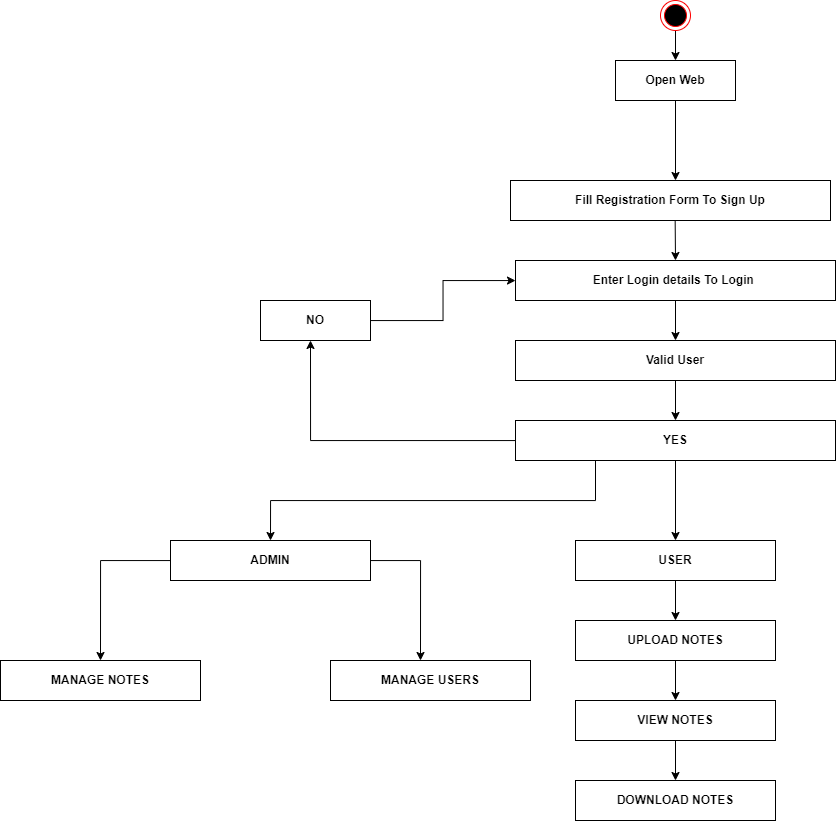
This is Diagrams/Activity Diagram.png from prathamjc/TY-project, a draw.io export, as it was before one commit. Source tidied: cells renumbered, new cells last; positions are measured from the earlier drawing's top-left corner, leaving out a move shared by most shapes. Source of this version:
```xml
<mxGraphModel>
  <root>
    <mxCell id="0" />
    <mxCell id="1" parent="0" />
    <mxCell id="2" style="edgeStyle=orthogonalEdgeStyle;rounded=0;jettySize=auto;html=1;" parent="1" edge="1" source="3">
      <mxGeometry relative="1" as="geometry">
        <mxPoint x="675" y="60" as="targetPoint" />
      </mxGeometry>
    </mxCell>
    <mxCell id="3" style="ellipse;html=1;shape=endState;fillColor=#000000;strokeColor=#ff0000;" parent="1" vertex="1">
      <mxGeometry x="660" width="30" height="30" as="geometry" />
    </mxCell>
    <mxCell id="4" value="&lt;b&gt;Open Web&lt;/b&gt;" style="rounded=0;whiteSpace=wrap;html=1;" parent="1" vertex="1">
      <mxGeometry x="615" y="60" width="120" height="40" as="geometry" />
    </mxCell>
    <mxCell id="5" style="endArrow=classic;html=1;rounded=0;exitX=0.5;exitY=1;exitDx=0;exitDy=0;" parent="1" edge="1" source="4">
      <mxGeometry relative="1" as="geometry">
        <mxPoint x="675" y="180" as="targetPoint" />
      </mxGeometry>
    </mxCell>
    <mxCell id="6" value="&lt;b&gt;Fill Registration Form To Sign Up&lt;/b&gt;" style="rounded=0;whiteSpace=wrap;html=1;" parent="1" vertex="1">
      <mxGeometry x="510" y="180" width="320" height="40" as="geometry" />
    </mxCell>
    <mxCell id="7" style="endArrow=classic;html=1;rounded=0;exitX=0.5;exitY=1;exitDx=0;exitDy=0;" parent="1" edge="1">
      <mxGeometry relative="1" as="geometry">
        <mxPoint x="674.7" y="220" as="sourcePoint" />
        <mxPoint x="675" y="260" as="targetPoint" />
      </mxGeometry>
    </mxCell>
    <mxCell id="8" style="edgeStyle=orthogonalEdgeStyle;rounded=0;jettySize=auto;html=1;" parent="1" edge="1" source="9">
      <mxGeometry relative="1" as="geometry">
        <mxPoint x="675" y="340" as="targetPoint" />
      </mxGeometry>
    </mxCell>
    <mxCell id="9" value="&lt;b&gt;Enter Login details To Login&amp;nbsp;&lt;/b&gt;" style="rounded=0;whiteSpace=wrap;html=1;" parent="1" vertex="1">
      <mxGeometry x="515" y="260" width="320" height="40" as="geometry" />
    </mxCell>
    <mxCell id="10" style="edgeStyle=orthogonalEdgeStyle;rounded=0;jettySize=auto;html=1;" parent="1" edge="1" source="11">
      <mxGeometry relative="1" as="geometry">
        <mxPoint x="675" y="420" as="targetPoint" />
      </mxGeometry>
    </mxCell>
    <mxCell id="11" value="&lt;b&gt;Valid User&lt;/b&gt;" style="rounded=0;whiteSpace=wrap;html=1;" parent="1" vertex="1">
      <mxGeometry x="515" y="340" width="320" height="40" as="geometry" />
    </mxCell>
    <mxCell id="12" style="edgeStyle=orthogonalEdgeStyle;rounded=0;jettySize=auto;html=1;" parent="1" edge="1" source="15">
      <mxGeometry relative="1" as="geometry">
        <mxPoint x="310" y="340" as="targetPoint" />
      </mxGeometry>
    </mxCell>
    <mxCell id="13" style="edgeStyle=orthogonalEdgeStyle;rounded=0;jettySize=auto;html=1;exitX=0.25;exitY=1;exitDx=0;exitDy=0;" parent="1" edge="1" source="15">
      <mxGeometry relative="1" as="geometry">
        <mxPoint x="270" y="540" as="targetPoint" />
      </mxGeometry>
    </mxCell>
    <mxCell id="14" style="edgeStyle=orthogonalEdgeStyle;rounded=0;jettySize=auto;html=1;entryX=0.5;entryY=0;entryDx=0;entryDy=0;" parent="1" edge="1" source="15" target="19">
      <mxGeometry relative="1" as="geometry" />
    </mxCell>
    <mxCell id="15" value="&lt;b style=&quot;border-color: var(--border-color);&quot;&gt;YES&lt;/b&gt;" style="rounded=0;whiteSpace=wrap;html=1;" parent="1" vertex="1">
      <mxGeometry x="515" y="420" width="320" height="40" as="geometry" />
    </mxCell>
    <mxCell id="16" style="edgeStyle=orthogonalEdgeStyle;rounded=0;jettySize=auto;html=1;" parent="1" edge="1" source="17" target="9">
      <mxGeometry relative="1" as="geometry" />
    </mxCell>
    <mxCell id="17" value="&lt;b&gt;NO&lt;/b&gt;" style="rounded=0;whiteSpace=wrap;html=1;" parent="1" vertex="1">
      <mxGeometry x="260" y="300" width="110" height="40" as="geometry" />
    </mxCell>
    <mxCell id="18" style="edgeStyle=orthogonalEdgeStyle;rounded=0;jettySize=auto;html=1;" parent="1" edge="1" source="19">
      <mxGeometry relative="1" as="geometry">
        <mxPoint x="675" y="620" as="targetPoint" />
      </mxGeometry>
    </mxCell>
    <mxCell id="19" value="&lt;b style=&quot;border-color: var(--border-color);&quot;&gt;USER&lt;/b&gt;" style="rounded=0;whiteSpace=wrap;html=1;" parent="1" vertex="1">
      <mxGeometry x="575" y="540" width="200" height="40" as="geometry" />
    </mxCell>
    <mxCell id="20" style="edgeStyle=orthogonalEdgeStyle;rounded=0;jettySize=auto;html=1;" parent="1" edge="1" source="22">
      <mxGeometry relative="1" as="geometry">
        <mxPoint x="420" y="660" as="targetPoint" />
      </mxGeometry>
    </mxCell>
    <mxCell id="21" style="edgeStyle=orthogonalEdgeStyle;rounded=0;jettySize=auto;html=1;" parent="1" edge="1" source="22">
      <mxGeometry relative="1" as="geometry">
        <mxPoint x="100" y="660" as="targetPoint" />
      </mxGeometry>
    </mxCell>
    <mxCell id="22" value="&lt;b&gt;ADMIN&lt;/b&gt;" style="rounded=0;whiteSpace=wrap;html=1;" parent="1" vertex="1">
      <mxGeometry x="170" y="540" width="200" height="40" as="geometry" />
    </mxCell>
    <mxCell id="23" value="&lt;b&gt;MANAGE NOTES&lt;/b&gt;" style="rounded=0;whiteSpace=wrap;html=1;" parent="1" vertex="1">
      <mxGeometry y="660" width="200" height="40" as="geometry" />
    </mxCell>
    <mxCell id="24" value="&lt;b&gt;MANAGE USERS&lt;/b&gt;" style="rounded=0;whiteSpace=wrap;html=1;" parent="1" vertex="1">
      <mxGeometry x="330" y="660" width="200" height="40" as="geometry" />
    </mxCell>
    <mxCell id="25" style="edgeStyle=orthogonalEdgeStyle;rounded=0;jettySize=auto;html=1;" parent="1" edge="1" source="26">
      <mxGeometry relative="1" as="geometry">
        <mxPoint x="675" y="700" as="targetPoint" />
      </mxGeometry>
    </mxCell>
    <mxCell id="26" value="&lt;b&gt;UPLOAD NOTES&lt;/b&gt;" style="rounded=0;whiteSpace=wrap;html=1;" parent="1" vertex="1">
      <mxGeometry x="575" y="620" width="200" height="40" as="geometry" />
    </mxCell>
    <mxCell id="27" style="edgeStyle=orthogonalEdgeStyle;rounded=0;jettySize=auto;html=1;" parent="1" edge="1" source="28">
      <mxGeometry relative="1" as="geometry">
        <mxPoint x="675" y="780" as="targetPoint" />
      </mxGeometry>
    </mxCell>
    <mxCell id="28" value="&lt;b&gt;VIEW NOTES&lt;/b&gt;" style="rounded=0;whiteSpace=wrap;html=1;" parent="1" vertex="1">
      <mxGeometry x="575" y="700" width="200" height="40" as="geometry" />
    </mxCell>
    <mxCell id="29" value="&lt;b&gt;DOWNLOAD NOTES&lt;/b&gt;" style="rounded=0;whiteSpace=wrap;html=1;" parent="1" vertex="1">
      <mxGeometry x="575" y="780" width="200" height="40" as="geometry" />
    </mxCell>
  </root>
</mxGraphModel>
```
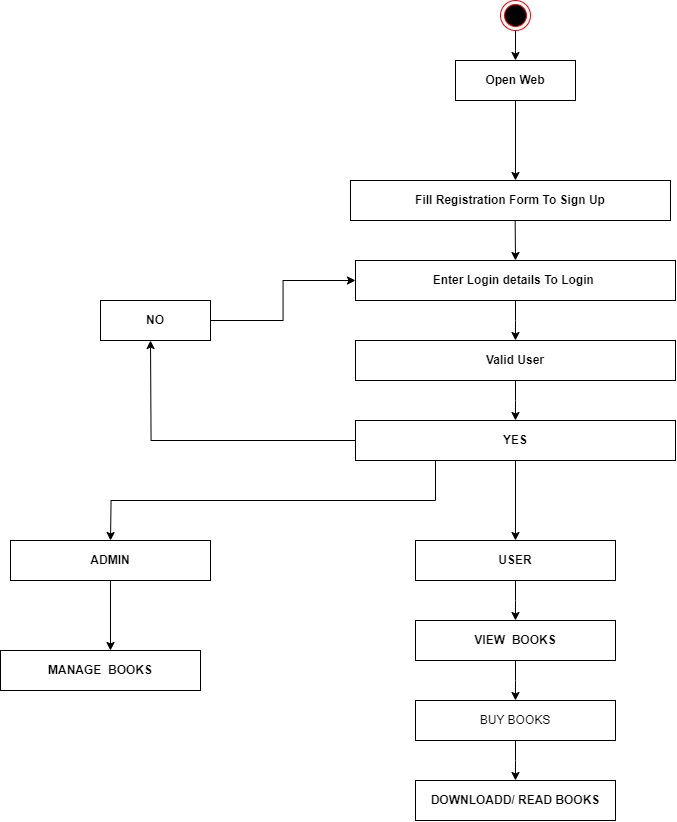
After the change.

What changed in the source:
```diff
@@ -73,31 +73,18 @@
     <mxCell id="19" value="&lt;b style=&quot;border-color: var(--border-color);&quot;&gt;USER&lt;/b&gt;" style="rounded=0;whiteSpace=wrap;html=1;" parent="1" vertex="1">
       <mxGeometry x="575" y="540" width="200" height="40" as="geometry" />
     </mxCell>
-    <mxCell id="20" style="edgeStyle=orthogonalEdgeStyle;rounded=0;jettySize=auto;html=1;" parent="1" edge="1" source="22">
-      <mxGeometry relative="1" as="geometry">
-        <mxPoint x="420" y="660" as="targetPoint" />
-      </mxGeometry>
-    </mxCell>
-    <mxCell id="21" style="edgeStyle=orthogonalEdgeStyle;rounded=0;jettySize=auto;html=1;" parent="1" edge="1" source="22">
-      <mxGeometry relative="1" as="geometry">
-        <mxPoint x="100" y="660" as="targetPoint" />
-      </mxGeometry>
-    </mxCell>
     <mxCell id="22" value="&lt;b&gt;ADMIN&lt;/b&gt;" style="rounded=0;whiteSpace=wrap;html=1;" parent="1" vertex="1">
       <mxGeometry x="170" y="540" width="200" height="40" as="geometry" />
     </mxCell>
-    <mxCell id="23" value="&lt;b&gt;MANAGE NOTES&lt;/b&gt;" style="rounded=0;whiteSpace=wrap;html=1;" parent="1" vertex="1">
-      <mxGeometry y="660" width="200" height="40" as="geometry" />
+    <mxCell id="23" value="&lt;b&gt;MANAGE&amp;nbsp; BOOKS&lt;/b&gt;" style="rounded=0;whiteSpace=wrap;html=1;" parent="1" vertex="1">
+      <mxGeometry x="160" y="650" width="200" height="40" as="geometry" />
     </mxCell>
-    <mxCell id="24" value="&lt;b&gt;MANAGE USERS&lt;/b&gt;" style="rounded=0;whiteSpace=wrap;html=1;" parent="1" vertex="1">
-      <mxGeometry x="330" y="660" width="200" height="40" as="geometry" />
-    </mxCell>
     <mxCell id="25" style="edgeStyle=orthogonalEdgeStyle;rounded=0;jettySize=auto;html=1;" parent="1" edge="1" source="26">
       <mxGeometry relative="1" as="geometry">
         <mxPoint x="675" y="700" as="targetPoint" />
       </mxGeometry>
     </mxCell>
-    <mxCell id="26" value="&lt;b&gt;UPLOAD NOTES&lt;/b&gt;" style="rounded=0;whiteSpace=wrap;html=1;" parent="1" vertex="1">
+    <mxCell id="26" value="&lt;b&gt;VIEW&amp;nbsp; BOOKS&lt;/b&gt;" style="rounded=0;whiteSpace=wrap;html=1;" parent="1" vertex="1">
       <mxGeometry x="575" y="620" width="200" height="40" as="geometry" />
     </mxCell>
     <mxCell id="27" style="edgeStyle=orthogonalEdgeStyle;rounded=0;jettySize=auto;html=1;" parent="1" edge="1" source="28">
@@ -105,11 +92,16 @@
         <mxPoint x="675" y="780" as="targetPoint" />
       </mxGeometry>
     </mxCell>
-    <mxCell id="28" value="&lt;b&gt;VIEW NOTES&lt;/b&gt;" style="rounded=0;whiteSpace=wrap;html=1;" parent="1" vertex="1">
+    <mxCell id="28" value="BUY BOOKS" style="rounded=0;whiteSpace=wrap;html=1;" parent="1" vertex="1">
       <mxGeometry x="575" y="700" width="200" height="40" as="geometry" />
     </mxCell>
-    <mxCell id="29" value="&lt;b&gt;DOWNLOAD NOTES&lt;/b&gt;" style="rounded=0;whiteSpace=wrap;html=1;" parent="1" vertex="1">
+    <mxCell id="29" value="&lt;b&gt;DOWNLOADD/ READ BOOKS&lt;/b&gt;" style="rounded=0;whiteSpace=wrap;html=1;" parent="1" vertex="1">
       <mxGeometry x="575" y="780" width="200" height="40" as="geometry" />
     </mxCell>
+    <mxCell id="30" style="endArrow=classic;html=1;rounded=0;exitX=0.5;exitY=1;exitDx=0;exitDy=0;" parent="1" edge="1" source="22">
+      <mxGeometry relative="1" as="geometry">
+        <mxPoint x="270" y="650" as="targetPoint" />
+      </mxGeometry>
+    </mxCell>
   </root>
 </mxGraphModel>
```
